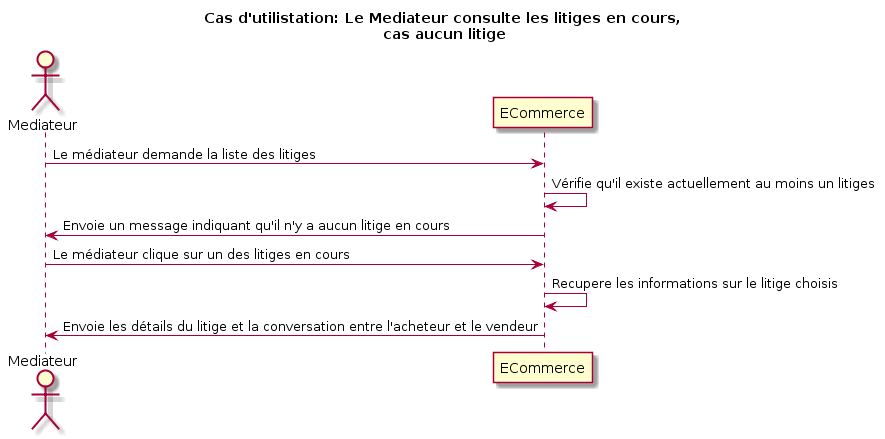
This is DiagSequence/Mediateur/Consulter litiges en cours/Consulte lititges - Cas Normal.png from Moinketroa/Ebayz, a PlantUML export, as it was before one commit.
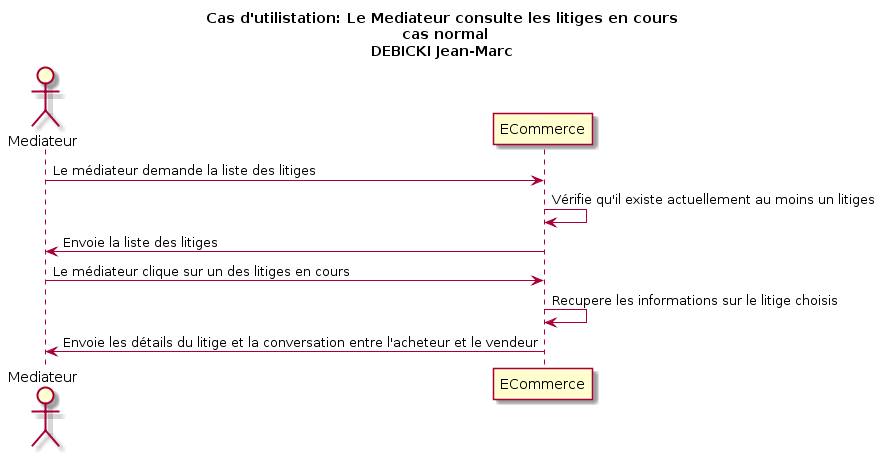
Above is the later version.

Change to the diagram source:
```diff
@@ -1,12 +1,12 @@
 @startuml
-title Cas d'utilistation: Le Mediateur consulte les litiges en cours,\n cas aucun litige
+title Cas d'utilistation: Le Mediateur consulte les litiges en cours\n cas normal\nDEBICKI Jean-Marc
 
 actor Mediateur as v
 participant ECommerce as e
 
 v -> e: Le médiateur demande la liste des litiges
 e -> e: Vérifie qu'il existe actuellement au moins un litiges
-v <- e: Envoie un message indiquant qu'il n'y a aucun litige en cours
+v <- e: Envoie la liste des litiges
 v -> e: Le médiateur clique sur un des litiges en cours
 e -> e: Recupere les informations sur le litige choisis
 v <- e: Envoie les détails du litige et la conversation entre l'acheteur et le vendeur
```
